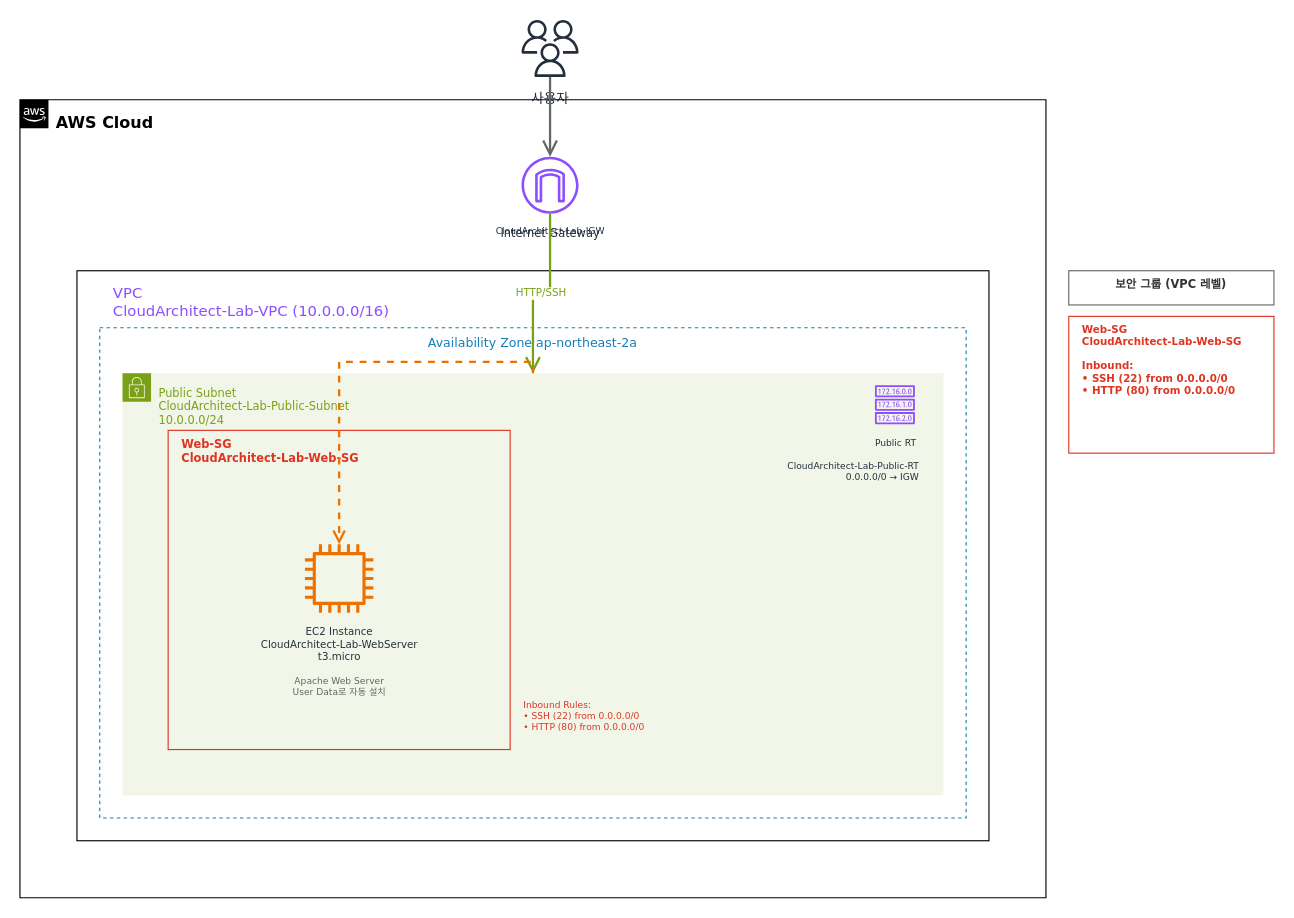
Earlier version of the draw.io diagram public/images/week4/4-1-architecture-diagram.drawio (yh00615/cloud_architecture). Source tidied: cells renumbered, new cells numbered last; positions are measured from the earlier drawing's top-left corner, leaving out a move shared by most shapes. Both pictures are drawn from the tidied source at 114%, with x=0, y=0 at pixel (19, 19).
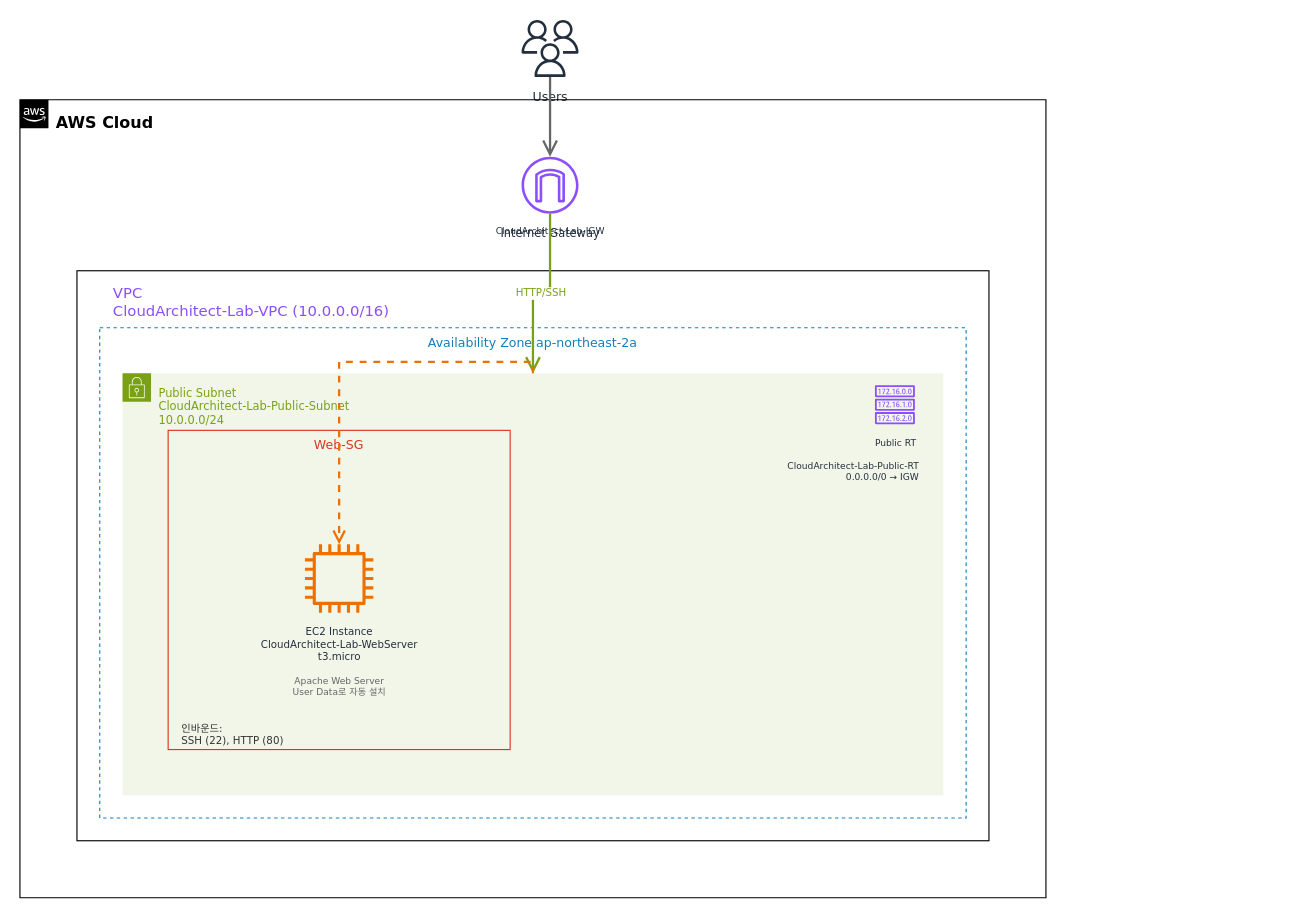
After the change.

Change to the diagram source:
```diff
@@
 <mxGraphModel>
   <root>
     <mxCell id="0" />
     <mxCell id="1" parent="0" />
-    <mxCell id="2" value="사용자" style="sketch=0;outlineConnect=0;fontColor=#232F3E;gradientColor=none;fillColor=#232F3D;strokeColor=none;dashed=0;verticalLabelPosition=bottom;spacingTop=5;verticalAlign=top;align=center;html=1;fontSize=12;fontStyle=0;shape=mxgraph.aws4.users;fontFamily=Verdana;" parent="1" vertex="1">
+    <mxCell id="2" value="Users" style="sketch=0;outlineConnect=0;fontColor=#232F3E;gradientColor=none;fillColor=#232F3D;strokeColor=none;dashed=0;verticalLabelPosition=bottom;spacingTop=5;verticalAlign=top;align=center;html=1;fontSize=11;fontStyle=0;shape=mxgraph.aws4.users;fontFamily=Verdana;" parent="1" vertex="1">
       <mxGeometry x="440" width="50" height="50" as="geometry" />
     </mxCell>
     <mxCell id="3" value="AWS Cloud" style="gradientColor=none;html=1;whiteSpace=wrap;fontSize=14;fontStyle=1;shape=mxgraph.aws4.group;grIcon=mxgraph.aws4.group_aws_cloud_alt;stroke=#232F3E;fillColor=none;verticalAlign=top;align=left;spacingLeft=30;spacingTop=5;dashed=0;fontFamily=Verdana;" parent="1" vertex="1">
       <mxGeometry y="70" width="900" height="700" as="geometry" />
     </mxCell>
     <mxCell id="4" value="Internet Gateway" style="sketch=0;outlineConnect=0;fontColor=#232F3E;gradientColor=none;fillColor=#8C4FFF;strokeColor=none;dashed=0;verticalLabelPosition=bottom;spacingTop=5;verticalAlign=top;align=center;html=1;fontSize=10;fontStyle=0;shape=mxgraph.aws4.internet_gateway;fontFamily=Verdana;" parent="1" vertex="1">
       <mxGeometry x="440" y="120" width="50" height="50" as="geometry" />
     </mxCell>
     <mxCell id="5" value="CloudArchitect-Lab-IGW" style="text;html=1;align=center;verticalAlign=middle;strokeColor=none;fillColor=none;fontSize=8;fontColor=#232F3E;fontFamily=Verdana;" parent="1" vertex="1">
       <mxGeometry x="400" y="175" width="130" height="20" as="geometry" />
     </mxCell>
     <mxCell id="6" value="VPC&#10;CloudArchitect-Lab-VPC (10.0.0.0/16)" style="gradientColor=none;html=1;whiteSpace=wrap;fontSize=13;fontStyle=0;recursiveRehape=mxgraph.aws4.group;grIcon=mxgraph.aws4.group_vpc2;stroke=#8C4FFF;fillColor=none;verticalAlign=top;align=left;spacingLeft=30;spacingTop=5;fontColor=#8C4FFF;dashed=0;fontFamily=Verdana;" parent="1" vertex="1">
       <mxGeometry x="50" y="220" width="800" height="500" as="geometry" />
     </mxCell>
     <mxCell id="7" value="Availability Zone ap-northeast-2a" style="fillColor=none;strokeColor=#147EBA;dashed=1;verticalAlign=top;fontStyle=0;fontColor=#147EBA;whiteSpace=wrap;html=1;fontSize=11;fontFamily=Verdana;" parent="6" vertex="1">
       <mxGeometry x="20" y="50" width="760" height="430" as="geometry" />
     </mxCell>
     <mxCell id="8" value="Public Subnet&#10;CloudArchitect-Lab-Public-Subnet&#10;10.0.0.0/24" style="points=[[0,0],[0.25,0],[0.5,0],[0.75,0],[1,0],[1,0.25],[1,0.5],[1,0.75],[1,1],[0.75,1],[0.5,1],[0.25,1],[0,1],[0,0.75],[0,0.5],[0,0.25]];outlineConnect=0;gradientColor=none;html=1;whiteSpace=wrap;fontSize=10;fontStyle=0;shape=mxgraph.aws4.group;grIcon=mxgraph.aws4.group_security_group;grStroke=0;strokeColor=#7AA116;fillColor=#F2F6E8;verticalAlign=top;align=left;spacingLeft=30;spacingTop=5;fontColor=#7AA116;dashed=0;fontFamily=Verdana;" parent="6" vertex="1">
       <mxGeometry x="40" y="90" width="720" height="370" as="geometry" />
     </mxCell>
-    <mxCell id="9" value="Web-SG&#10;CloudArchitect-Lab-Web-SG" style="fillColor=none;strokeColor=#DD3522;verticalAlign=top;fontStyle=1;fontColor=#DD3522;fontSize=10;whiteSpace=wrap;html=1;align=left;spacingLeft=10;fontFamily=Verdana;" parent="6" vertex="1">
+    <mxCell id="9" value="Web-SG" style="fillColor=none;strokeColor=#DD3522;verticalAlign=top;fontStyle=0;fontColor=#DD3522;fontSize=11;whiteSpace=wrap;html=1;fontFamily=Verdana;" parent="6" vertex="1">
       <mxGeometry x="80" y="140" width="300" height="280" as="geometry" />
     </mxCell>
     <mxCell id="10" value="EC2 Instance&#10;CloudArchitect-Lab-WebServer&#10;t3.micro" style="sketch=0;outlineConnect=0;fontColor=#232F3E;gradientColor=none;fillColor=#ED7100;strokeColor=none;dashed=0;verticalLabelPosition=bottom;spacingTop=5;verticalAlign=top;align=center;html=1;fontSize=9;fontStyle=0;shape=mxgraph.aws4.instance2;fontFamily=Verdana;" parent="6" vertex="1">
       <mxGeometry x="200" y="240" width="60" height="60" as="geometry" />
     </mxCell>
     <mxCell id="11" value="Apache Web Server&#10;User Data로 자동 설치" style="text;html=1;align=center;verticalAlign=middle;strokeColor=none;fillColor=none;fontSize=8;fontColor=#666666;fontFamily=Verdana;" parent="6" vertex="1">
       <mxGeometry x="165" y="350" width="130" height="30" as="geometry" />
     </mxCell>
     <mxCell id="12" value="Public RT" style="sketch=0;fontColor=#232F3E;gradientColor=none;fillColor=#8C4FFF;strokeColor=none;dashed=0;verticalLabelPosition=bottom;spacingTop=5;verticalAlign=top;align=center;html=1;fontSize=8;fontStyle=0;shape=mxgraph.aws4.route_table;fontFamily=Verdana;" parent="6" vertex="1">
       <mxGeometry x="700" y="100" width="35" height="35" as="geometry" />
     </mxCell>
     <mxCell id="13" value="CloudArchitect-Lab-Public-RT&#10;0.0.0.0/0 → IGW" style="text;html=1;align=right;verticalAlign=top;strokeColor=none;fillColor=none;fontSize=8;fontColor=#232F3E;fontFamily=Verdana;" parent="6" vertex="1">
       <mxGeometry x="590" y="160" width="150" height="30" as="geometry" />
     </mxCell>
-    <mxCell id="14" value="Inbound Rules:&#10;• SSH (22) from 0.0.0.0/0&#10;• HTTP (80) from 0.0.0.0/0" style="text;html=1;align=left;verticalAlign=top;strokeColor=none;fillColor=none;fontSize=8;fontColor=#DD3522;fontFamily=Verdana;" parent="6" vertex="1">
-      <mxGeometry x="390" y="370" width="150" height="40" as="geometry" />
+    <mxCell id="14" value="인바운드:&#10;SSH (22), HTTP (80)" style="text;html=1;align=left;verticalAlign=top;strokeColor=none;fillColor=none;fontSize=9;fontColor=#333333;fontFamily=Verdana;" parent="6" vertex="1">
+      <mxGeometry x="90" y="390" width="120" height="30" as="geometry" />
     </mxCell>
-    <mxCell id="15" value="보안 그룹 (VPC 레벨)" style="fillColor=#FFFFFF;strokeColor=#666666;verticalAlign=top;fontStyle=1;fontColor=#333333;fontSize=10;whiteSpace=wrap;html=1;align=center;fontFamily=Verdana;" parent="1" vertex="1">
-      <mxGeometry x="920" y="220" width="180" height="30" as="geometry" />
-    </mxCell>
-    <mxCell id="16" value="Web-SG&#10;CloudArchitect-Lab-Web-SG&#10;&#10;Inbound:&#10;• SSH (22) from 0.0.0.0/0&#10;• HTTP (80) from 0.0.0.0/0" style="fillColor=none;strokeColor=#DD3522;verticalAlign=top;fontStyle=1;fontColor=#DD3522;fontSize=9;whiteSpace=wrap;html=1;align=left;spacingLeft=10;fontFamily=Verdana;" parent="1" vertex="1">
-      <mxGeometry x="920" y="260" width="180" height="120" as="geometry" />
-    </mxCell>
     <mxCell id="17" style="edgeStyle=orthogonalEdgeStyle;html=1;endArrow=open;endFill=0;endSize=10;strokeColor=#666666;strokeWidth=2;rounded=0;" parent="1" edge="1" source="2" target="4">
       <mxGeometry relative="1" as="geometry" />
     </mxCell>
     <mxCell id="18" value="HTTP/SSH" style="edgeStyle=orthogonalEdgeStyle;html=1;endArrow=open;endFill=0;endSize=10;strokeColor=#7AA116;strokeWidth=2;rounded=0;fontSize=9;fontColor=#7AA116;labelBackgroundColor=#FFFFFF;fontFamily=Verdana;" parent="1" edge="1" source="4" target="8">
       <mxGeometry relative="1" as="geometry" />
     </mxCell>
     <mxCell id="19" style="edgeStyle=orthogonalEdgeStyle;html=1;endArrow=open;endFill=0;endSize=8;strokeColor=#ED7100;strokeWidth=2;rounded=0;dashed=1;" parent="1" edge="1" source="8" target="10">
       <mxGeometry relative="1" as="geometry" />
     </mxCell>
   </root>
 </mxGraphModel>
```
